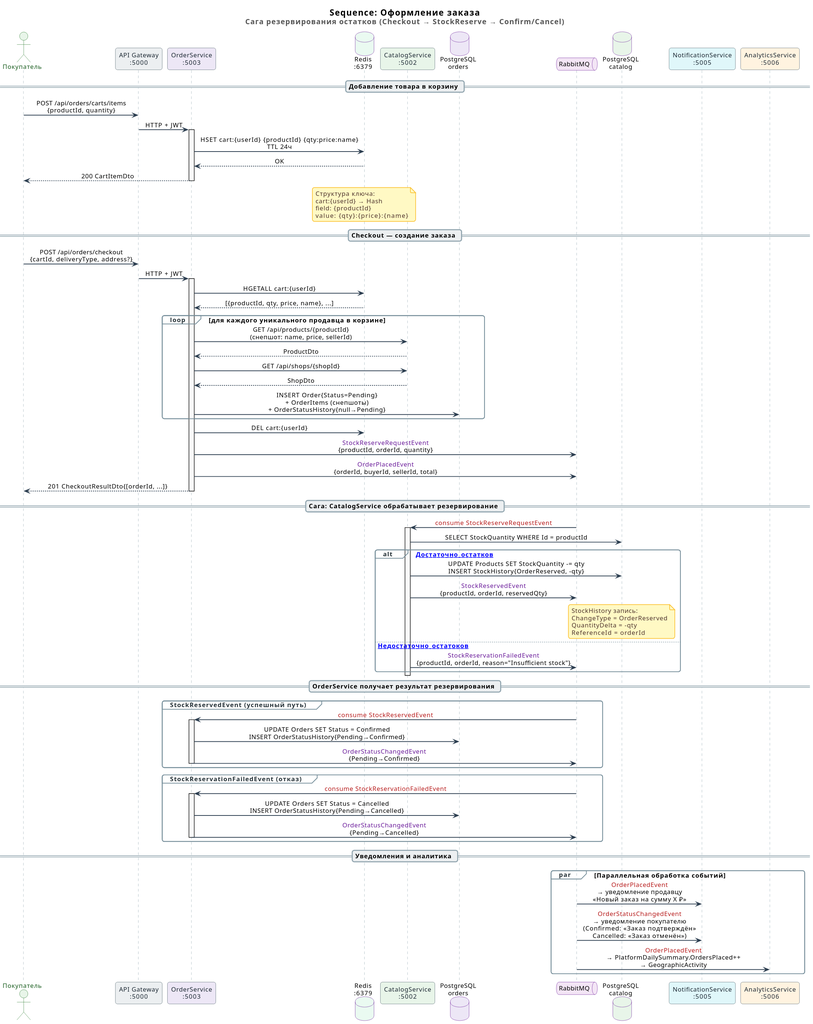
This is docs/diagrams/svg/seq-checkout-saga.svg from LocMp-olegg/LocalMarketplace, a PlantUML export, as it was before one commit.
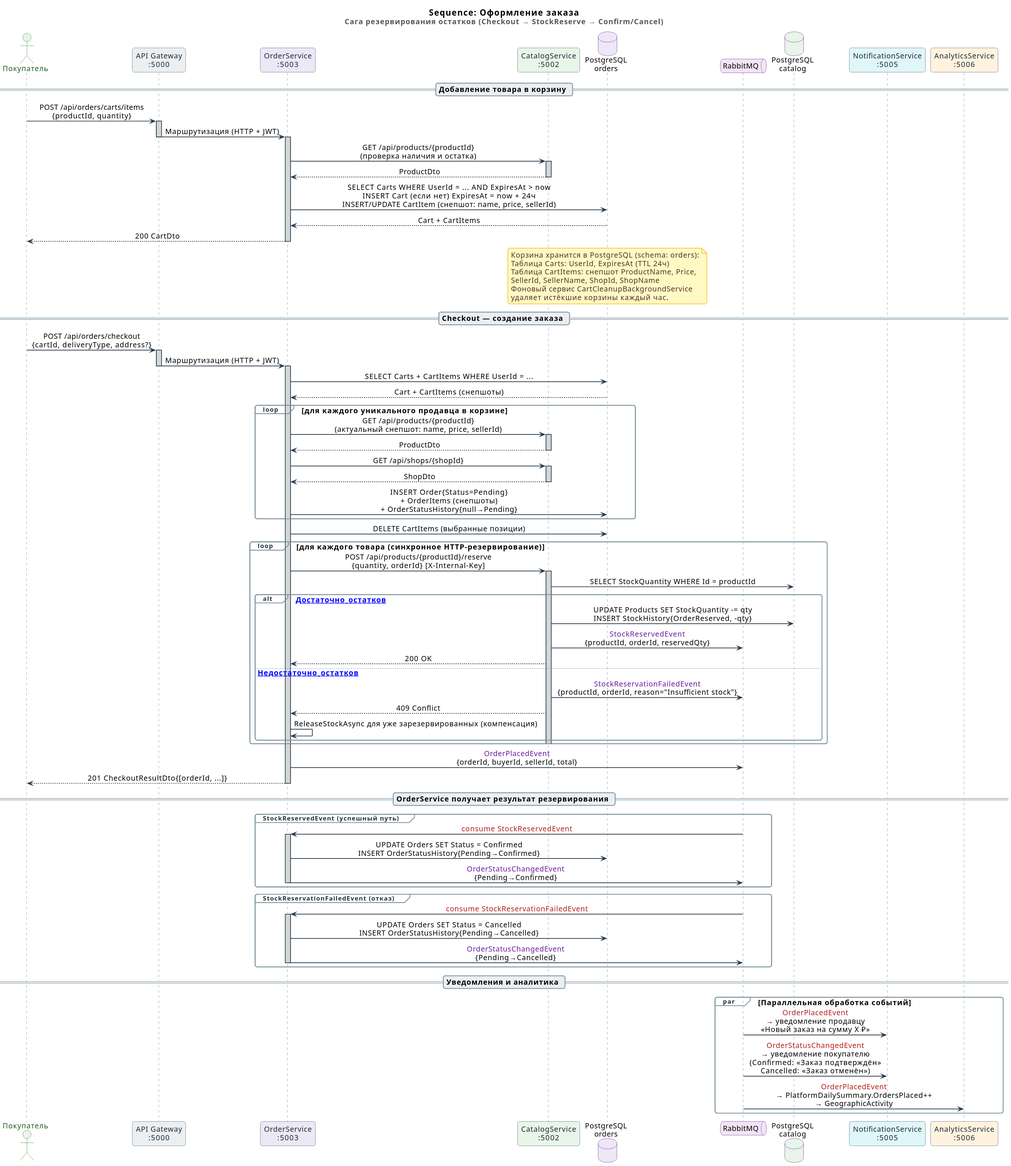
Above is the later version.

What changed in the source:
```diff
@@ -2,7 +2,7 @@
 title <size:16><b>Sequence: Оформление заказа</b></size>\n<color:#555>Сага резервирования остатков (Checkout → StockReserve → Confirm/Cancel)</color>
 
 skinparam defaultFontName "Segoe UI", Arial, sans-serif
-skinparam defaultFontSize 12
+skinparam defaultFontSize 14
 skinparam roundcorner 8
 skinparam shadowing false
 skinparam sequenceMessageAlign center
@@ -36,8 +36,8 @@
 skinparam sequence {
     ArrowColor #2C3E50
     ArrowThickness 1.4
-    LifeLineBorderColor #90A4AE
-    LifeLineBackgroundColor #FAFAFA
+    LifeLineBorderColor #607D8B
+    LifeLineBackgroundColor #CFD8DC
     BoxBorderColor #B0BEC5
     BoxBackgroundColor transparent
     DividerBackgroundColor #ECEFF1
@@ -51,7 +51,6 @@
 actor       "Покупатель"         as Buyer
 participant "API Gateway\n:5000" as GW       #ECEFF1
 participant "OrderService\n:5003" as OS      #EDE7F6
-database    "Redis\n:6379"        as Redis   #EAFAF1
 participant "CatalogService\n:5002" as CS    #E8F5E9
 database    "PostgreSQL\norders"  as PGOS    #EDE7F6
 queue       "RabbitMQ"            as MQ      #F3E5F5
@@ -62,67 +61,76 @@
 == Добавление товара в корзину ==
 
 Buyer -> GW     : POST /api/orders/carts/items\n{productId, quantity}
-GW    -> OS     : HTTP + JWT
+activate GW
+GW    -> OS     : Маршрутизация (HTTP + JWT)
+deactivate GW
 activate OS
-OS    -> Redis  : HSET cart:{userId} {productId} {qty:price:name}\nTTL 24ч
-Redis --> OS    : OK
-OS   --> Buyer  : 200 CartItemDto
+OS    -> CS     : GET /api/products/{productId}\n(проверка наличия и остатка)
+activate CS
+CS   --> OS     : ProductDto
+deactivate CS
+OS    -> PGOS   : SELECT Carts WHERE UserId = ... AND ExpiresAt > now\nINSERT Cart (если нет) ExpiresAt = now + 24ч\nINSERT/UPDATE CartItem (снепшот: name, price, sellerId)
+PGOS --> OS     : Cart + CartItems
+OS   --> Buyer  : 200 CartDto
 deactivate OS
 
-note over Redis
-  Структура ключа:
-  cart:{userId} → Hash
-  field: {productId}
-  value: {qty}:{price}:{name}
+note over PGOS
+  Корзина хранится в PostgreSQL (schema: orders):
+  Таблица Carts: UserId, ExpiresAt (TTL 24ч)
+  Таблица CartItems: снепшот ProductName, Price,
+  SellerId, SellerName, ShopId, ShopName
+  Фоновый сервис CartCleanupBackgroundService
+  удаляет истёкшие корзины каждый час.
 end note
 
 == Checkout — создание заказа ==
 
 Buyer -> GW   : POST /api/orders/checkout\n{cartId, deliveryType, address?}
-GW    -> OS   : HTTP + JWT
+activate GW
+GW    -> OS   : Маршрутизация (HTTP + JWT)
+deactivate GW
 activate OS
 
-OS -> Redis   : HGETALL cart:{userId}
-Redis --> OS  : [{productId, qty, price, name}, ...]
+OS -> PGOS    : SELECT Carts + CartItems WHERE UserId = ...
+PGOS --> OS   : Cart + CartItems (снепшоты)
 
 loop для каждого уникального продавца в корзине
 
-    OS -> CS  : GET /api/products/{productId}\n(снепшот: name, price, sellerId)
+    OS -> CS  : GET /api/products/{productId}\n(актуальный снепшот: name, price, sellerId)
+    activate CS
     CS --> OS : ProductDto
+    deactivate CS
 
     OS -> CS  : GET /api/shops/{shopId}
+    activate CS
     CS --> OS : ShopDto
+    deactivate CS
 
     OS -> PGOS : INSERT Order{Status=Pending}\n+ OrderItems (снепшоты)\n+ OrderStatusHistory{null→Pending}
 end
 
-OS -> Redis   : DEL cart:{userId}
-OS -> MQ      : <color:#6A1B9A>StockReserveRequestEvent</color>\n{productId, orderId, quantity}
+OS -> PGOS    : DELETE CartItems (выбранные позиции)
+
+loop для каждого товара (синхронное HTTP-резервирование)
+    OS -> CS  : POST /api/products/{productId}/reserve\n{quantity, orderId}  [X-Internal-Key]
+    activate CS
+    CS -> PGCS : SELECT StockQuantity WHERE Id = productId
+
+    alt [Достаточно_остатков]
+        CS -> PGCS : UPDATE Products SET StockQuantity -= qty\nINSERT StockHistory{OrderReserved, -qty}
+        CS -> MQ   : <color:#6A1B9A>StockReservedEvent</color>\n{productId, orderId, reservedQty}
+        CS --> OS  : 200 OK
+    else [Недостаточно_остатков]
+        CS -> MQ   : <color:#6A1B9A>StockReservationFailedEvent</color>\n{productId, orderId, reason="Insufficient stock"}
+        CS --> OS  : 409 Conflict
+        OS -> OS   : ReleaseStockAsync для уже зарезервированных (компенсация)
+    end
+    deactivate CS
+end
+
 OS -> MQ      : <color:#6A1B9A>OrderPlacedEvent</color>\n{orderId, buyerId, sellerId, total}
 OS --> Buyer  : 201 CheckoutResultDto{[orderId, ...]}
 deactivate OS
-
-== Сага: CatalogService обрабатывает резервирование ==
-
-MQ -> CS     : <color:#B71C1C>consume StockReserveRequestEvent</color>
-activate CS
-CS -> PGCS   : SELECT StockQuantity WHERE Id = productId
-
-alt [Достаточно_остатков]
-    CS -> PGCS : UPDATE Products SET StockQuantity -= qty\nINSERT StockHistory{OrderReserved, -qty}
-    CS -> MQ   : <color:#6A1B9A>StockReservedEvent</color>\n{productId, orderId, reservedQty}
-
-    note over PGCS
-      StockHistory запись:
-      ChangeType = OrderReserved
-      QuantityDelta = -qty
-      ReferenceId   = orderId
-    end note
-
-else [Недостаточно_остатоков]
-    CS -> MQ   : <color:#6A1B9A>StockReservationFailedEvent</color>\n{productId, orderId, reason="Insufficient stock"}
-end
-deactivate CS
 
 == OrderService получает результат резервирования ==
 
```
